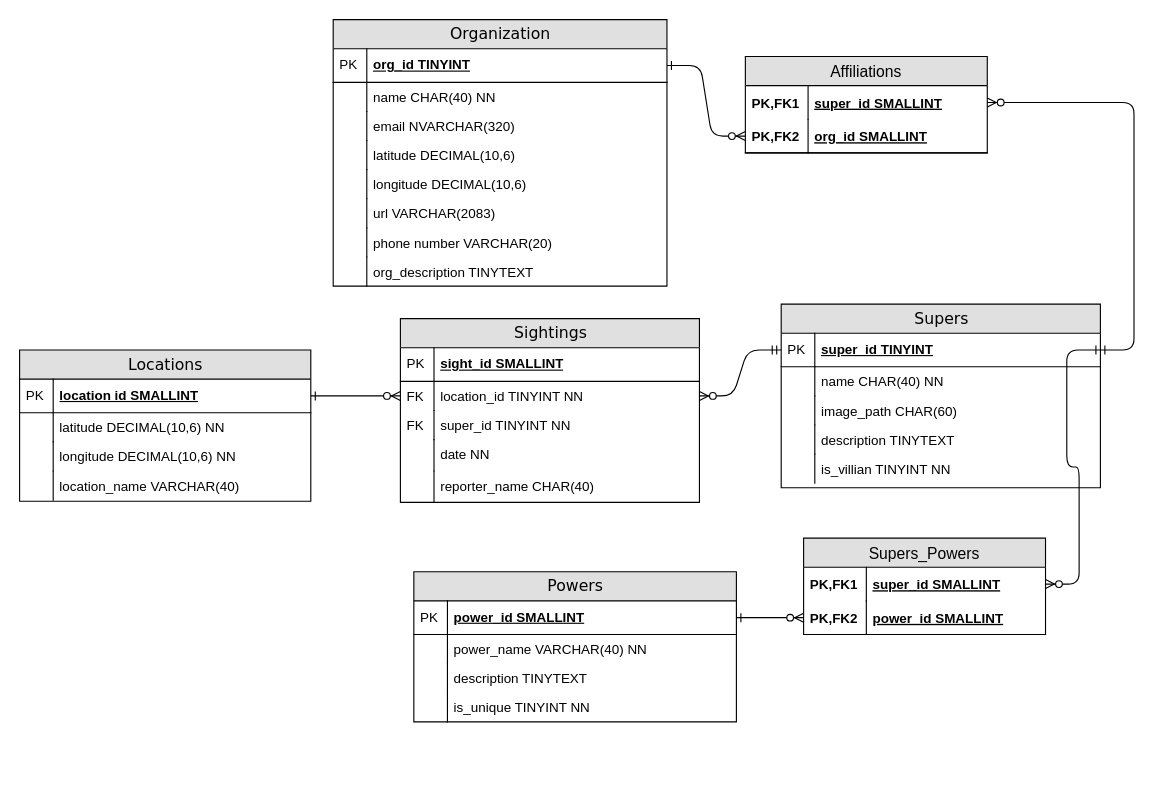
Before: HeroSpotterERD.drawio in karlmarx/HeroSpotter, a draw.io diagram. Source tidied: cells renumbered, new cells numbered last; positions are measured from the earlier drawing's top-left corner, leaving out a move shared by most shapes. Both pictures are drawn from the tidied source at 112%, with x=0, y=0 at pixel (19, 19).
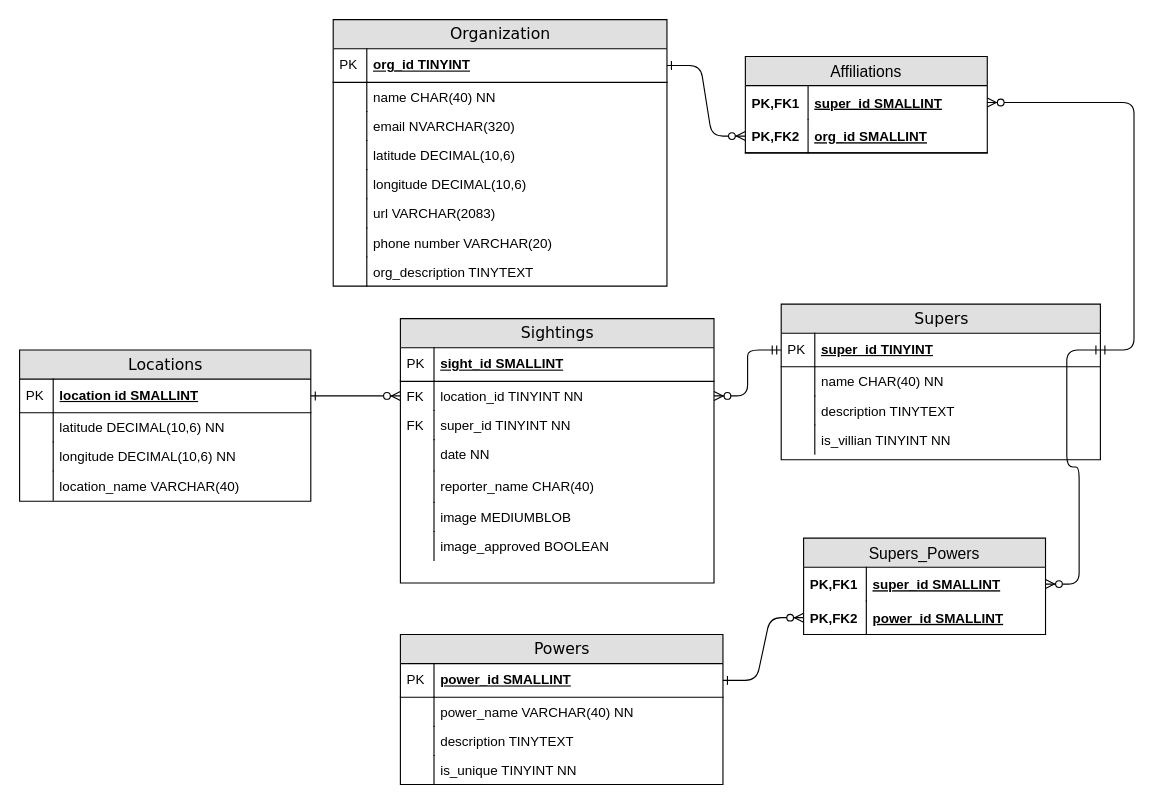
The same diagram, later.

Diff of the diagram source:
```diff
@@
     <mxCell id="2" value="Powers" style="swimlane;html=1;fontStyle=0;horizontal=1;startSize=26;fillColor=#e0e0e0;swimlaneFillColor=#ffffff;align=center;rounded=0;shadow=0;comic=0;labelBackgroundColor=none;strokeColor=#000000;strokeWidth=1;fontFamily=Verdana;fontSize=14;fontColor=#000000;" parent="1" vertex="1">
-      <mxGeometry x="352" y="493" width="288" height="134" as="geometry" />
+      <mxGeometry x="340" y="549" width="288" height="134" as="geometry" />
     </mxCell>
@@
     <mxCell id="28" value="Sightings" style="swimlane;html=1;fontStyle=0;horizontal=1;startSize=26;fillColor=#e0e0e0;swimlaneFillColor=#ffffff;align=center;rounded=0;shadow=0;comic=0;labelBackgroundColor=none;strokeColor=#000000;strokeWidth=1;fontFamily=Verdana;fontSize=14;fontColor=#000000;" parent="1" vertex="1">
-      <mxGeometry x="340" y="267" width="267" height="164" as="geometry" />
+      <mxGeometry x="340" y="267" width="280" height="236" as="geometry" />
     </mxCell>
     <mxCell id="29" value="&lt;span style=&quot;white-space: normal&quot;&gt;sight_id SMALLINT&lt;/span&gt;" style="shape=partialRectangle;top=0;left=0;right=0;bottom=1;html=1;align=left;verticalAlign=middle;fillColor=none;spacingLeft=34;spacingRight=4;whiteSpace=wrap;overflow=hidden;fontStyle=5;" parent="28" vertex="1">
-      <mxGeometry y="26" width="267" height="30" as="geometry" />
+      <mxGeometry y="26" width="280" height="30" as="geometry" />
     </mxCell>
@@
     <mxCell id="31" value="location_id TINYINT NN" style="shape=partialRectangle;top=0;left=0;right=0;bottom=0;html=1;align=left;verticalAlign=top;fillColor=none;spacingLeft=34;spacingRight=4;whiteSpace=wrap;overflow=hidden;points=[[0,0.5],[1,0.5]];portConstraint=eastwest;" parent="28" vertex="1">
-      <mxGeometry y="56" width="267" height="26" as="geometry" />
+      <mxGeometry y="56" width="280" height="26" as="geometry" />
     </mxCell>
@@
     <mxCell id="33" value="super_id TINYINT NN" style="shape=partialRectangle;top=0;left=0;right=0;bottom=0;html=1;align=left;verticalAlign=top;fillColor=none;spacingLeft=34;spacingRight=4;whiteSpace=wrap;overflow=hidden;" parent="28" vertex="1">
-      <mxGeometry y="82" width="267" height="26" as="geometry" />
+      <mxGeometry y="82" width="280" height="26" as="geometry" />
     </mxCell>
@@
     <mxCell id="35" value="date NN" style="shape=partialRectangle;top=0;left=0;right=0;bottom=0;html=1;align=left;verticalAlign=top;fillColor=none;spacingLeft=34;spacingRight=4;whiteSpace=wrap;overflow=hidden;" parent="28" vertex="1">
-      <mxGeometry y="108" width="267" height="28" as="geometry" />
+      <mxGeometry y="108" width="280" height="28" as="geometry" />
     </mxCell>
@@
     <mxCell id="37" value="reporter_name CHAR(40)" style="shape=partialRectangle;top=0;left=0;right=0;bottom=0;html=1;align=left;verticalAlign=top;fillColor=none;spacingLeft=34;spacingRight=4;whiteSpace=wrap;overflow=hidden;" parent="28" vertex="1">
-      <mxGeometry y="136" width="267" height="28" as="geometry" />
+      <mxGeometry y="136" width="280" height="28" as="geometry" />
     </mxCell>
@@
+    <mxCell id="75" value="image MEDIUMBLOB" style="shape=partialRectangle;top=0;left=0;right=0;bottom=0;html=1;align=left;verticalAlign=top;fillColor=none;spacingLeft=34;spacingRight=4;whiteSpace=wrap;overflow=hidden;" parent="28" vertex="1">
+      <mxGeometry y="164" width="280" height="26" as="geometry" />
+    </mxCell>
+    <mxCell id="76" style="shape=partialRectangle;top=0;left=0;bottom=0;html=1;fillColor=none;align=left;verticalAlign=top;spacingLeft=4;spacingRight=4;whiteSpace=wrap;overflow=hidden;" parent="75" vertex="1">
+      <mxGeometry width="30" height="26" as="geometry" />
+    </mxCell>
+    <mxCell id="77" value="image_approved BOOLEAN" style="shape=partialRectangle;top=0;left=0;right=0;bottom=0;html=1;align=left;verticalAlign=top;fillColor=none;spacingLeft=34;spacingRight=4;whiteSpace=wrap;overflow=hidden;" parent="28" vertex="1">
+      <mxGeometry y="190" width="280" height="26" as="geometry" />
+    </mxCell>
+    <mxCell id="78" style="shape=partialRectangle;top=0;left=0;bottom=0;html=1;fillColor=none;align=left;verticalAlign=top;spacingLeft=4;spacingRight=4;whiteSpace=wrap;overflow=hidden;" parent="77" vertex="1">
+      <mxGeometry width="30" height="26" as="geometry" />
+    </mxCell>
     <mxCell id="39" value="Supers" style="swimlane;html=1;fontStyle=0;horizontal=1;startSize=26;fillColor=#e0e0e0;swimlaneFillColor=#ffffff;align=center;rounded=0;shadow=0;comic=0;labelBackgroundColor=none;strokeColor=#000000;strokeWidth=1;fontFamily=Verdana;fontSize=14;fontColor=#000000;" parent="1" vertex="1">
-      <mxGeometry x="680" y="254" width="285" height="164" as="geometry" />
+      <mxGeometry x="680" y="254" width="285" height="139" as="geometry" />
     </mxCell>
@@
-    <mxCell id="44" value="image_path CHAR(60)" style="shape=partialRectangle;top=0;left=0;right=0;bottom=0;html=1;align=left;verticalAlign=top;fillColor=none;spacingLeft=34;spacingRight=4;whiteSpace=wrap;overflow=hidden;" parent="39" vertex="1">
-      <mxGeometry y="82" width="285" height="26" as="geometry" />
-    </mxCell>
-    <mxCell id="45" style="shape=partialRectangle;top=0;left=0;bottom=0;html=1;fillColor=none;align=left;verticalAlign=top;spacingLeft=4;spacingRight=4;whiteSpace=wrap;overflow=hidden;" parent="44" vertex="1">
-      <mxGeometry width="30" height="26" as="geometry" />
-    </mxCell>
     <mxCell id="46" value="description TINYTEXT&amp;nbsp;" style="shape=partialRectangle;top=0;left=0;right=0;bottom=0;html=1;align=left;verticalAlign=top;fillColor=none;spacingLeft=34;spacingRight=4;whiteSpace=wrap;overflow=hidden;" parent="39" vertex="1">
-      <mxGeometry y="108" width="285" height="26" as="geometry" />
+      <mxGeometry y="82" width="285" height="26" as="geometry" />
     </mxCell>
@@
     <mxCell id="48" value="is_villian TINYINT NN" style="shape=partialRectangle;top=0;left=0;right=0;bottom=0;html=1;align=left;verticalAlign=top;fillColor=none;spacingLeft=34;spacingRight=4;whiteSpace=wrap;overflow=hidden;" parent="39" vertex="1">
-      <mxGeometry y="134" width="285" height="26" as="geometry" />
+      <mxGeometry y="108" width="285" height="26" as="geometry" />
     </mxCell>
```
